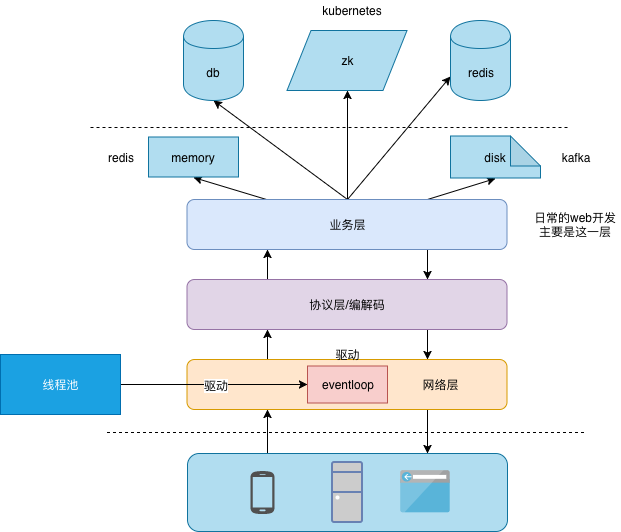
Earlier version of the draw.io export public/upload/architecture/network_communication.png (qiankunli/qiankunli.github.io). Source tidied: cells renumbered, new cells last; positions are measured from the earlier drawing's top-left corner, leaving out a move shared by most shapes.
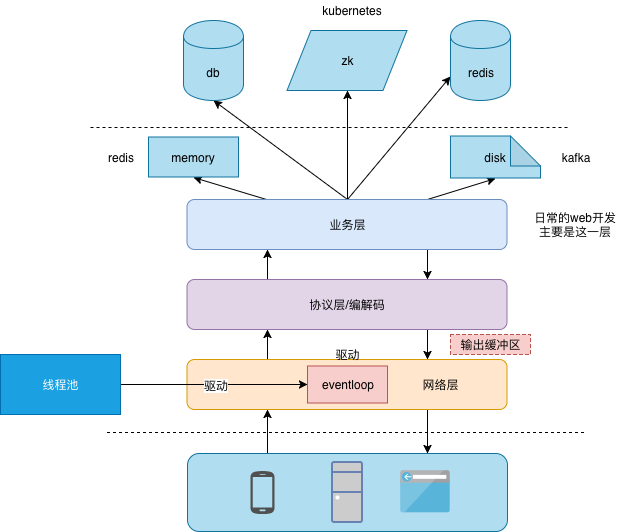
Above is the later version.

The edit, as a diff of the source:
```diff
@@ -113,5 +113,8 @@
     <mxCell id="36" value="驱动" style="text;html=1;strokeColor=none;fillColor=none;align=center;verticalAlign=middle;whiteSpace=wrap;rounded=0;" parent="1" vertex="1">
       <mxGeometry x="327" y="344" width="40" height="20" as="geometry" />
     </mxCell>
+    <mxCell id="37" value="输出缓冲区" style="rounded=0;whiteSpace=wrap;html=1;fillColor=#f8cecc;strokeColor=#b85450;dashed=1;" parent="1" vertex="1">
+      <mxGeometry x="450" y="334" width="80" height="20" as="geometry" />
+    </mxCell>
   </root>
 </mxGraphModel>
```
